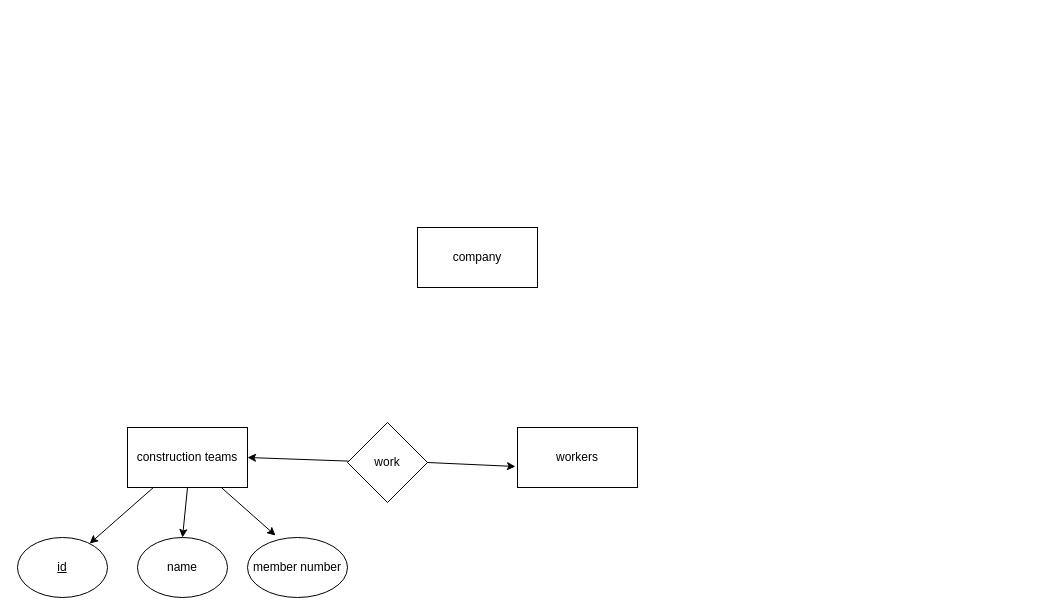
AudreyYZY/COMP9311 keeps this draw.io diagram as ER diagram&Relational Model.drawio. Above is the earlier version. Source tidied: cells renumbered, new cells numbered last; positions are measured from the earlier drawing's top-left corner, leaving out a move shared by most shapes. Both pictures are drawn from the tidied source at 100%, with x=0, y=0 at pixel (17, 227).
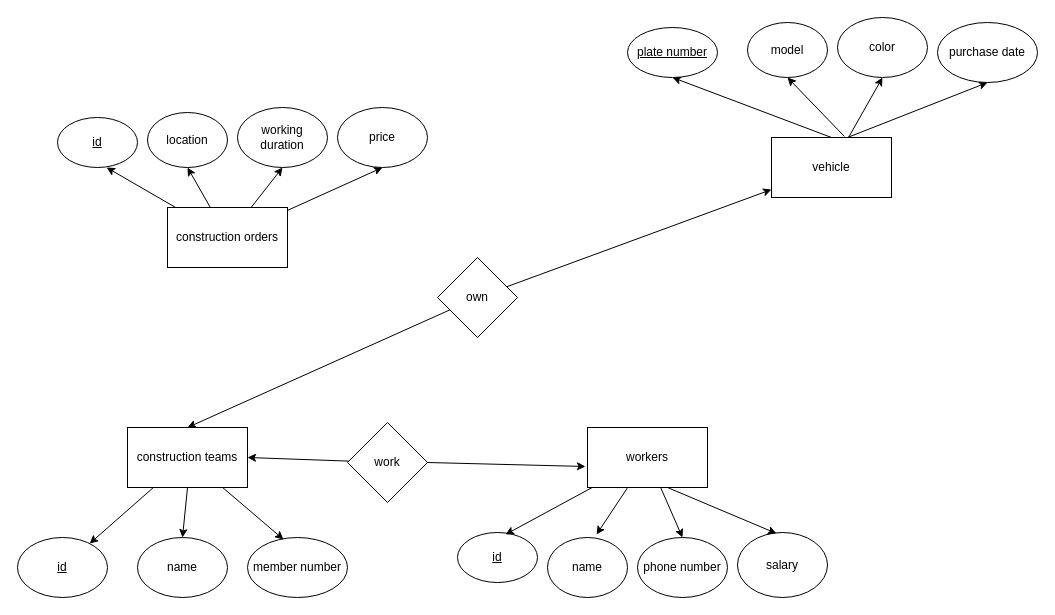
After the change.

The change refers to these unchanged cells:
```xml
<mxCell id="5" value="construction teams" style="whiteSpace=wrap;html=1;" parent="1" vertex="1">
  <mxGeometry x="110" y="200" width="120" height="60" as="geometry" />
</mxCell>
<mxCell id="8" value="member number" style="ellipse;whiteSpace=wrap;html=1;" parent="1" vertex="1">
  <mxGeometry x="230" y="310" width="100" height="60" as="geometry" />
</mxCell>
```

The edit, as a diff of the source:
```diff
@@
+    <mxCell id="14" style="rounded=0;jettySize=auto;html=1;entryX=0.5;entryY=1;entryDx=0;entryDy=0;" parent="1" edge="1" source="2" target="35">
+      <mxGeometry relative="1" as="geometry" />
+    </mxCell>
+    <mxCell id="15" style="rounded=0;jettySize=auto;html=1;entryX=0.5;entryY=1;entryDx=0;entryDy=0;" parent="1" edge="1" source="2" target="36">
+      <mxGeometry relative="1" as="geometry" />
+    </mxCell>
+    <mxCell id="16" style="rounded=0;jettySize=auto;html=1;entryX=0.5;entryY=1;entryDx=0;entryDy=0;" parent="1" edge="1" source="2" target="37">
+      <mxGeometry relative="1" as="geometry" />
+    </mxCell>
-    <mxCell id="2" value="company" style="rounded=0;whiteSpace=wrap;html=1;" parent="1" vertex="1">
-      <mxGeometry x="400" width="120" height="60" as="geometry" />
+    <mxCell id="2" value="construction orders" style="rounded=0;whiteSpace=wrap;html=1;" parent="1" vertex="1">
+      <mxGeometry x="150" y="-20" width="120" height="60" as="geometry" />
     </mxCell>
@@
-    <mxCell id="9" style="rounded=0;jettySize=auto;html=1;entryX=0.28;entryY=-0.033;entryDx=0;entryDy=0;entryPerimeter=0;" parent="1" edge="1" source="5" target="8">
+    <mxCell id="9" style="rounded=0;jettySize=auto;html=1;entryX=0.36;entryY=0.033;entryDx=0;entryDy=0;entryPerimeter=0;" parent="1" edge="1" source="5" target="8">
       <mxGeometry relative="1" as="geometry" />
     </mxCell>
+    <mxCell id="17" style="rounded=0;jettySize=auto;html=1;entryX=0.5;entryY=0;entryDx=0;entryDy=0;" parent="1" edge="1" source="10" target="20">
+      <mxGeometry relative="1" as="geometry" />
+    </mxCell>
     <mxCell id="10" value="workers" style="rounded=0;whiteSpace=wrap;html=1;" parent="1" vertex="1">
-      <mxGeometry x="500" y="200" width="120" height="60" as="geometry" />
+      <mxGeometry x="570" y="200" width="120" height="60" as="geometry" />
     </mxCell>
@@
+    <mxCell id="18" value="&lt;u&gt;id&lt;/u&gt;" style="ellipse;whiteSpace=wrap;html=1;" parent="1" vertex="1">
+      <mxGeometry x="440" y="305" width="80" height="50" as="geometry" />
+    </mxCell>
+    <mxCell id="19" value="name" style="ellipse;whiteSpace=wrap;html=1;" parent="1" vertex="1">
+      <mxGeometry x="530" y="310" width="80" height="60" as="geometry" />
+    </mxCell>
+    <mxCell id="20" value="phone number" style="ellipse;whiteSpace=wrap;html=1;" parent="1" vertex="1">
+      <mxGeometry x="620" y="310" width="90" height="60" as="geometry" />
+    </mxCell>
+    <mxCell id="21" value="salary" style="ellipse;whiteSpace=wrap;html=1;" parent="1" vertex="1">
+      <mxGeometry x="720" y="305" width="90" height="65" as="geometry" />
+    </mxCell>
+    <mxCell id="22" style="rounded=0;jettySize=auto;html=1;entryX=0.6;entryY=0.04;entryDx=0;entryDy=0;entryPerimeter=0;" parent="1" edge="1" source="10" target="18">
+      <mxGeometry relative="1" as="geometry" />
+    </mxCell>
+    <mxCell id="23" style="rounded=0;jettySize=auto;html=1;entryX=0.613;entryY=-0.05;entryDx=0;entryDy=0;entryPerimeter=0;" parent="1" edge="1" source="10" target="19">
+      <mxGeometry relative="1" as="geometry" />
+    </mxCell>
+    <mxCell id="24" style="rounded=0;jettySize=auto;html=1;exitX=0.5;exitY=1;exitDx=0;exitDy=0;entryX=0.433;entryY=0.015;entryDx=0;entryDy=0;entryPerimeter=0;" parent="1" edge="1" source="10" target="21">
+      <mxGeometry relative="1" as="geometry">
+        <Array as="points">
+          <mxPoint x="650" y="260" />
+        </Array>
+      </mxGeometry>
+    </mxCell>
+    <mxCell id="25" style="rounded=0;jettySize=auto;html=1;exitX=0.5;exitY=0;exitDx=0;exitDy=0;entryX=0.5;entryY=1;entryDx=0;entryDy=0;" parent="1" edge="1" source="29" target="30">
+      <mxGeometry relative="1" as="geometry" />
+    </mxCell>
+    <mxCell id="26" style="rounded=0;jettySize=auto;html=1;entryX=0.5;entryY=1;entryDx=0;entryDy=0;exitX=0.608;exitY=-0.017;exitDx=0;exitDy=0;exitPerimeter=0;" parent="1" edge="1" source="29" target="31">
+      <mxGeometry relative="1" as="geometry" />
+    </mxCell>
+    <mxCell id="27" style="rounded=0;jettySize=auto;html=1;entryX=0.5;entryY=1;entryDx=0;entryDy=0;" parent="1" edge="1" source="29" target="32">
+      <mxGeometry relative="1" as="geometry" />
+    </mxCell>
+    <mxCell id="28" style="rounded=0;jettySize=auto;html=1;entryX=0.5;entryY=1;entryDx=0;entryDy=0;" parent="1" edge="1" source="29" target="33">
+      <mxGeometry relative="1" as="geometry">
+        <Array as="points">
+          <mxPoint x="830" y="-90" />
+        </Array>
+      </mxGeometry>
+    </mxCell>
+    <mxCell id="29" value="vehicle" style="rounded=0;whiteSpace=wrap;html=1;" parent="1" vertex="1">
+      <mxGeometry x="754" y="-90" width="120" height="60" as="geometry" />
+    </mxCell>
+    <mxCell id="30" value="&lt;u&gt;plate number&lt;/u&gt;" style="ellipse;whiteSpace=wrap;html=1;" parent="1" vertex="1">
+      <mxGeometry x="610" y="-200" width="90" height="50" as="geometry" />
+    </mxCell>
+    <mxCell id="31" value="model" style="ellipse;whiteSpace=wrap;html=1;" parent="1" vertex="1">
+      <mxGeometry x="730" y="-205" width="80" height="55" as="geometry" />
+    </mxCell>
+    <mxCell id="32" value="color" style="ellipse;whiteSpace=wrap;html=1;" parent="1" vertex="1">
+      <mxGeometry x="820" y="-210" width="90" height="60" as="geometry" />
+    </mxCell>
+    <mxCell id="33" value="purchase date" style="ellipse;whiteSpace=wrap;html=1;" parent="1" vertex="1">
+      <mxGeometry x="920" y="-205" width="100" height="60" as="geometry" />
+    </mxCell>
+    <mxCell id="34" value="&lt;u&gt;id&lt;/u&gt;" style="ellipse;whiteSpace=wrap;html=1;" parent="1" vertex="1">
+      <mxGeometry x="40" y="-110" width="80" height="50" as="geometry" />
+    </mxCell>
+    <mxCell id="35" value="location" style="ellipse;whiteSpace=wrap;html=1;" parent="1" vertex="1">
+      <mxGeometry x="130" y="-115" width="80" height="55" as="geometry" />
+    </mxCell>
+    <mxCell id="36" value="working duration" style="ellipse;whiteSpace=wrap;html=1;" parent="1" vertex="1">
+      <mxGeometry x="220" y="-120" width="90" height="60" as="geometry" />
+    </mxCell>
+    <mxCell id="37" value="price" style="ellipse;whiteSpace=wrap;html=1;" parent="1" vertex="1">
+      <mxGeometry x="320" y="-120" width="90" height="60" as="geometry" />
+    </mxCell>
+    <mxCell id="38" style="rounded=0;jettySize=auto;html=1;entryX=0.613;entryY=1;entryDx=0;entryDy=0;entryPerimeter=0;" parent="1" edge="1" source="2" target="34">
+      <mxGeometry relative="1" as="geometry" />
+    </mxCell>
+    <mxCell id="39" style="rounded=0;jettySize=auto;html=1;" parent="1" edge="1" source="41" target="29">
+      <mxGeometry relative="1" as="geometry" />
+    </mxCell>
+    <mxCell id="40" style="rounded=0;jettySize=auto;html=1;entryX=0.5;entryY=0;entryDx=0;entryDy=0;" parent="1" edge="1" source="41" target="5">
+      <mxGeometry relative="1" as="geometry" />
+    </mxCell>
+    <mxCell id="41" value="own" style="rhombus;whiteSpace=wrap;html=1;" parent="1" vertex="1">
+      <mxGeometry x="420" y="30" width="80" height="80" as="geometry" />
+    </mxCell>
```
